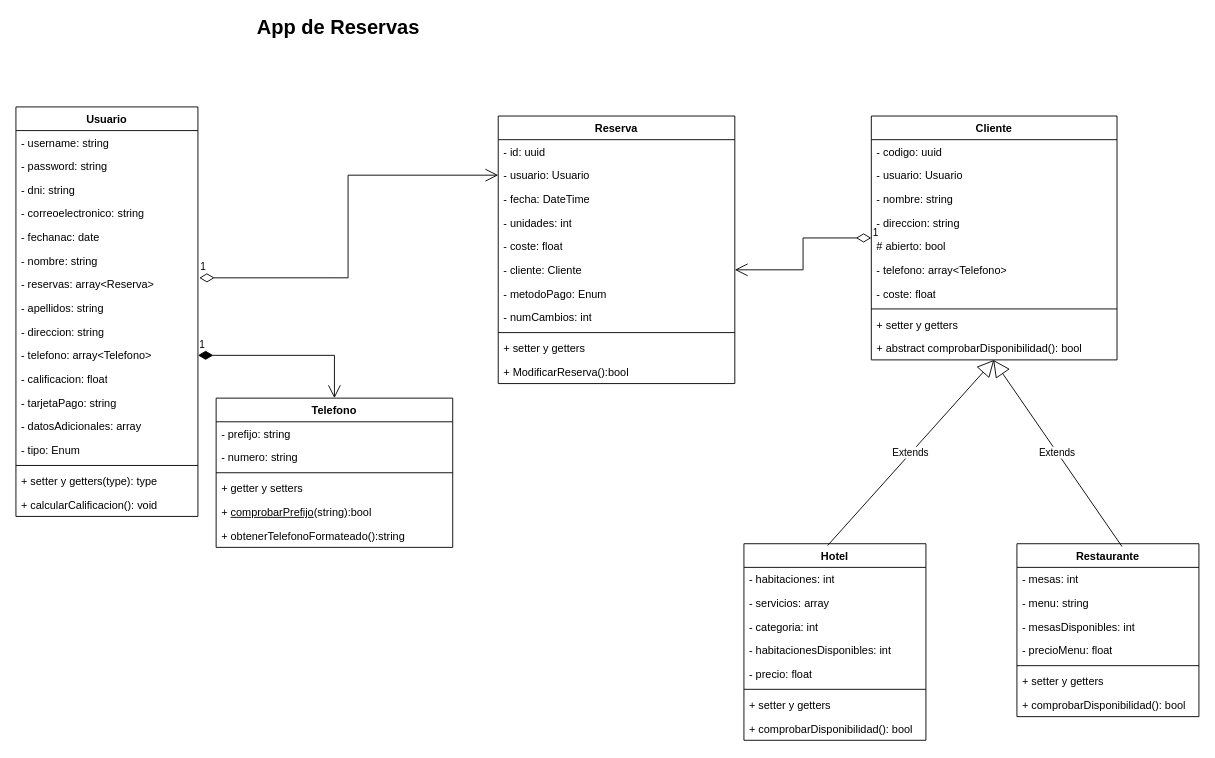
This is diagramas/proyecto2.drawio from migueltomasamat/examenOOTallerMecanico, a draw.io file, before an edit. Source tidied: cells renumbered, new cells numbered last; positions are measured from the earlier drawing's top-left corner, leaving out a move shared by most shapes. Both pictures are drawn from the tidied source at 91%, with x=0, y=0 at pixel (15, 15).
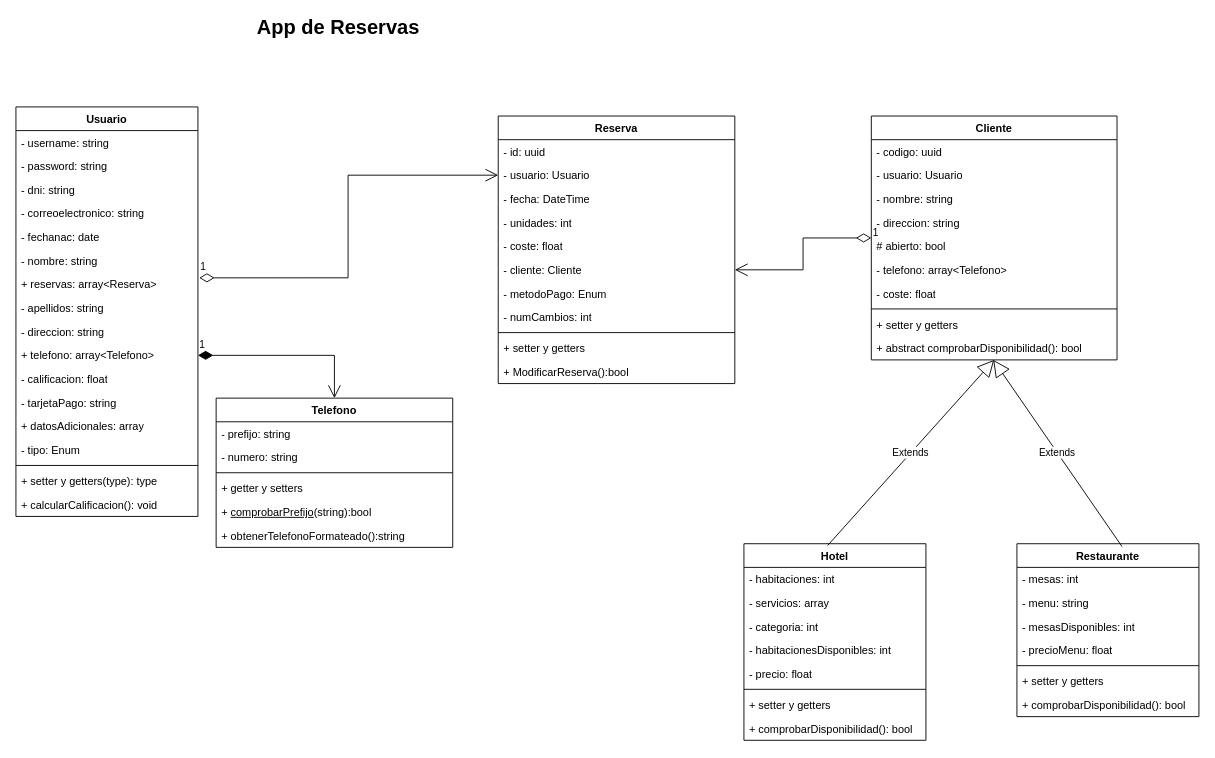
The same page after the edit.

The change refers to these unchanged cells:
```xml
<mxCell id="3" value="Usuario" style="swimlane;fontStyle=1;align=center;verticalAlign=top;horizontal=1;startSize=26;whiteSpace=wrap;html=1;" parent="1" vertex="1">
  <mxGeometry y="100" width="200" height="450" as="geometry" />
</mxCell>
```

Diff of the diagram source:
```diff
@@
-    <mxCell id="10" value="- reservas: array&amp;lt;Reserva&amp;gt;" style="text;strokeColor=none;fillColor=none;align=left;verticalAlign=top;spacingLeft=4;spacingRight=4;overflow=hidden;points=[[0,0.5],[1,0.5]];portConstraint=eastwest;whiteSpace=wrap;html=1;" parent="3" vertex="1">
+    <mxCell id="10" value="+ reservas: array&amp;lt;Reserva&amp;gt;" style="text;strokeColor=none;fillColor=none;align=left;verticalAlign=top;spacingLeft=4;spacingRight=4;overflow=hidden;points=[[0,0.5],[1,0.5]];portConstraint=eastwest;whiteSpace=wrap;html=1;" parent="3" vertex="1">
       <mxGeometry y="182" width="200" height="26" as="geometry" />
     </mxCell>
@@
-    <mxCell id="13" value="- telefono: array&amp;lt;Telefono&amp;gt;" style="text;strokeColor=none;fillColor=none;align=left;verticalAlign=top;spacingLeft=4;spacingRight=4;overflow=hidden;points=[[0,0.5],[1,0.5]];portConstraint=eastwest;whiteSpace=wrap;html=1;" parent="3" vertex="1">
+    <mxCell id="13" value="+ telefono: array&amp;lt;Telefono&amp;gt;" style="text;strokeColor=none;fillColor=none;align=left;verticalAlign=top;spacingLeft=4;spacingRight=4;overflow=hidden;points=[[0,0.5],[1,0.5]];portConstraint=eastwest;whiteSpace=wrap;html=1;" parent="3" vertex="1">
       <mxGeometry y="260" width="200" height="26" as="geometry" />
     </mxCell>
@@
-    <mxCell id="16" value="- datosAdicionales: array" style="text;strokeColor=none;fillColor=none;align=left;verticalAlign=top;spacingLeft=4;spacingRight=4;overflow=hidden;whiteSpace=wrap;html=1;" parent="3" vertex="1">
+    <mxCell id="16" value="+ datosAdicionales: array" style="text;strokeColor=none;fillColor=none;align=left;verticalAlign=top;spacingLeft=4;spacingRight=4;overflow=hidden;whiteSpace=wrap;html=1;" parent="3" vertex="1">
       <mxGeometry y="338" width="200" height="26" as="geometry" />
     </mxCell>
```
